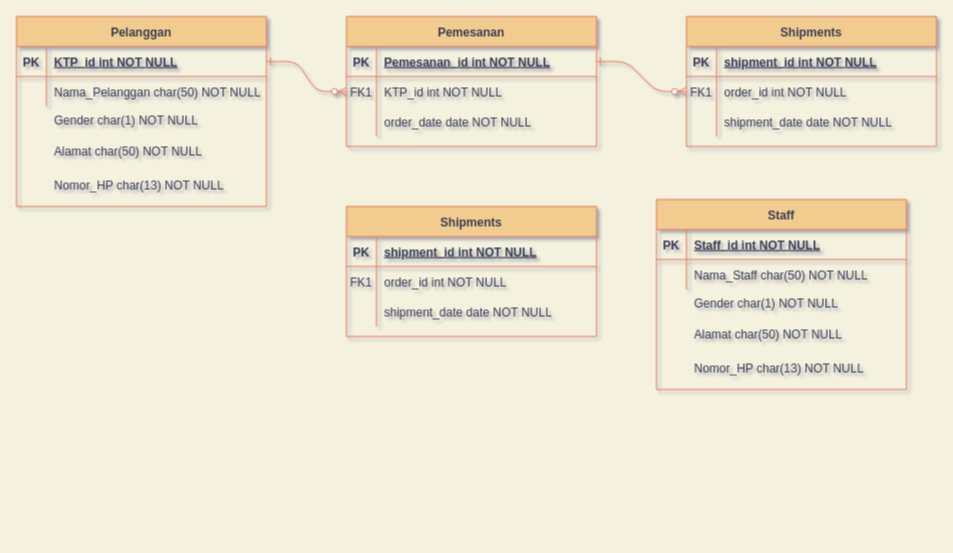
This is Untitled Diagram.drawio from mewwwty/kuliah, a draw.io file, before an edit. Source tidied: cells renumbered, new cells numbered last; positions are measured from the earlier drawing's top-left corner, leaving out a move shared by most shapes. Both pictures are drawn from the tidied source at 100%, with x=0, y=0 at pixel (16, 16).
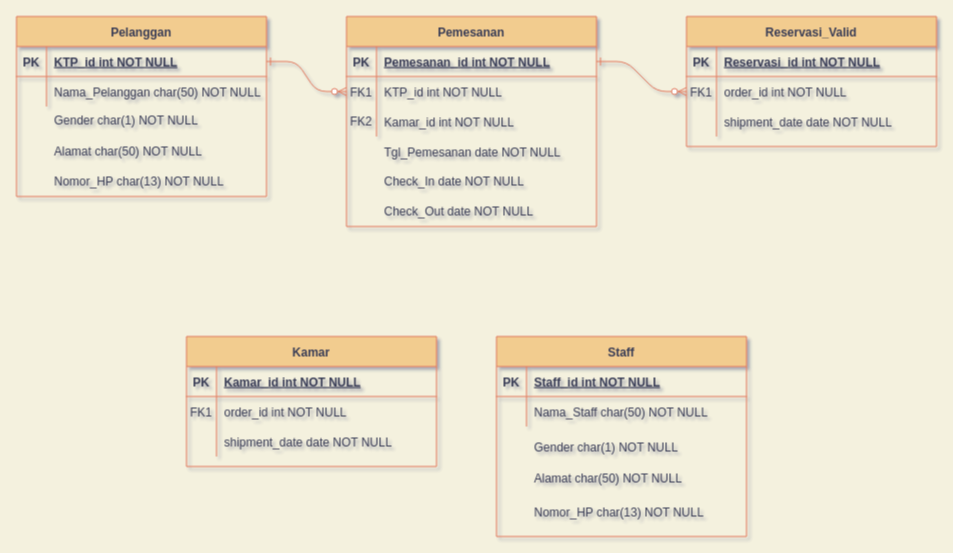
The same diagram, later.

Commit message:
APSI K9 - ERD Reservasi Hotel

Unchanged cells that the change refers to:
```xml
<mxCell id="11" style="shape=partialRectangle;fillColor=none;top=0;left=0;right=0;bottom=0;strokeColor=#E07A5F;fontColor=#393C56;" parent="4" vertex="1">
  <mxGeometry y="90" width="250" height="30" as="geometry" />
</mxCell>
<mxCell id="15" style="shape=partialRectangle;fillColor=none;top=0;left=0;right=0;bottom=1;strokeColor=#E07A5F;fontColor=#393C56;" parent="14" vertex="1">
  <mxGeometry y="30" width="250" height="30" as="geometry" />
</mxCell>
<mxCell id="32" style="shape=partialRectangle;fillColor=none;top=0;left=0;right=0;bottom=1;strokeColor=#E07A5F;fontColor=#393C56;" parent="31" vertex="1">
  <mxGeometry y="30" width="250" height="30" as="geometry" />
</mxCell>
```

What changed in the source:
```diff
@@
     <mxCell id="4" value="Pemesanan" style="shape=table;startSize=30;childLayout=tableLayout;rowLines=0;fontStyle=1;align=center;fillColor=#F2CC8F;strokeColor=#E07A5F;fontColor=#393C56;" parent="1" vertex="1">
-      <mxGeometry x="330" width="250" height="130" as="geometry" />
+      <mxGeometry x="330" width="250" height="210" as="geometry" />
     </mxCell>
@@
-    <mxCell id="13" value="order_date date NOT NULL" style="shape=partialRectangle;overflow=hidden;fillColor=none;top=0;left=0;bottom=0;right=0;align=left;spacingLeft=6;strokeColor=#E07A5F;fontColor=#393C56;" parent="11" vertex="1">
+    <mxCell id="13" value="Kamar_id int NOT NULL" style="shape=partialRectangle;overflow=hidden;fillColor=none;top=0;left=0;bottom=0;right=0;align=left;spacingLeft=6;strokeColor=#E07A5F;fontColor=#393C56;" parent="11" vertex="1">
       <mxGeometry x="30" width="220" height="30" as="geometry" />
     </mxCell>
-    <mxCell id="14" value="Shipments" style="shape=table;startSize=30;childLayout=tableLayout;rowLines=0;fontStyle=1;align=center;fillColor=#F2CC8F;strokeColor=#E07A5F;fontColor=#393C56;" parent="1" vertex="1">
+    <mxCell id="14" value="Reservasi_Valid" style="shape=table;startSize=30;childLayout=tableLayout;rowLines=0;fontStyle=1;align=center;fillColor=#F2CC8F;strokeColor=#E07A5F;fontColor=#393C56;" parent="1" vertex="1">
       <mxGeometry x="670" width="250" height="130" as="geometry" />
     </mxCell>
@@
-    <mxCell id="17" value="shipment_id int NOT NULL " style="shape=partialRectangle;overflow=hidden;fillColor=none;top=0;left=0;bottom=0;right=0;align=left;spacingLeft=6;fontStyle=5;strokeColor=#E07A5F;fontColor=#393C56;" parent="15" vertex="1">
+    <mxCell id="17" value="Reservasi_id int NOT NULL " style="shape=partialRectangle;overflow=hidden;fillColor=none;top=0;left=0;bottom=0;right=0;align=left;spacingLeft=6;fontStyle=5;strokeColor=#E07A5F;fontColor=#393C56;" parent="15" vertex="1">
       <mxGeometry x="30" width="220" height="30" as="geometry" />
     </mxCell>
@@
     <mxCell id="24" value="Pelanggan" style="shape=table;startSize=30;childLayout=tableLayout;rowLines=0;fontStyle=1;align=center;fillColor=#F2CC8F;strokeColor=#E07A5F;fontColor=#393C56;" parent="1" vertex="1">
-      <mxGeometry width="250" height="190" as="geometry" />
+      <mxGeometry width="250" height="180" as="geometry" />
     </mxCell>
@@
-    <mxCell id="31" value="Shipments" style="shape=table;startSize=30;childLayout=tableLayout;rowLines=0;fontStyle=1;align=center;fillColor=#F2CC8F;strokeColor=#E07A5F;fontColor=#393C56;" parent="1" vertex="1">
-      <mxGeometry x="330" y="190" width="250" height="130" as="geometry" />
+    <mxCell id="31" value="Kamar" style="shape=table;startSize=30;childLayout=tableLayout;rowLines=0;fontStyle=1;align=center;fillColor=#F2CC8F;strokeColor=#E07A5F;fontColor=#393C56;" parent="1" vertex="1">
+      <mxGeometry x="170" y="320" width="250" height="130" as="geometry" />
     </mxCell>
@@
-    <mxCell id="34" value="shipment_id int NOT NULL " style="shape=partialRectangle;overflow=hidden;fillColor=none;top=0;left=0;bottom=0;right=0;align=left;spacingLeft=6;fontStyle=5;strokeColor=#E07A5F;fontColor=#393C56;" parent="32" vertex="1">
+    <mxCell id="34" value="Kamar_id int NOT NULL " style="shape=partialRectangle;overflow=hidden;fillColor=none;top=0;left=0;bottom=0;right=0;align=left;spacingLeft=6;fontStyle=5;strokeColor=#E07A5F;fontColor=#393C56;" parent="32" vertex="1">
       <mxGeometry x="30" width="220" height="30" as="geometry" />
     </mxCell>
@@
     <mxCell id="43" value="Nomor_HP char(13) NOT NULL" style="shape=partialRectangle;overflow=hidden;fillColor=none;top=0;left=0;bottom=0;right=0;align=left;spacingLeft=6;strokeColor=#E07A5F;fontColor=#393C56;" parent="1" vertex="1">
-      <mxGeometry x="30" y="153" width="220" height="30" as="geometry" />
+      <mxGeometry x="30" y="149" width="220" height="30" as="geometry" />
     </mxCell>
     <mxCell id="44" value="Staff" style="shape=table;startSize=30;childLayout=tableLayout;rowLines=0;fontStyle=1;align=center;fillColor=#F2CC8F;strokeColor=#E07A5F;fontColor=#393C56;" parent="1" vertex="1">
-      <mxGeometry x="640" y="183" width="250" height="190" as="geometry" />
+      <mxGeometry x="480" y="320" width="250" height="200" as="geometry" />
     </mxCell>
@@
     <mxCell id="51" value="Gender char(1) NOT NULL" style="shape=partialRectangle;overflow=hidden;fillColor=none;top=0;left=0;bottom=0;right=0;align=left;spacingLeft=6;strokeColor=#E07A5F;fontColor=#393C56;" parent="1" vertex="1">
-      <mxGeometry x="670" y="271" width="220" height="30" as="geometry" />
+      <mxGeometry x="510" y="415" width="220" height="30" as="geometry" />
     </mxCell>
     <mxCell id="52" value="Alamat char(50) NOT NULL" style="shape=partialRectangle;overflow=hidden;fillColor=none;top=0;left=0;bottom=0;right=0;align=left;spacingLeft=6;strokeColor=#E07A5F;fontColor=#393C56;" parent="1" vertex="1">
-      <mxGeometry x="670" y="302" width="220" height="30" as="geometry" />
+      <mxGeometry x="510" y="446" width="220" height="30" as="geometry" />
     </mxCell>
     <mxCell id="53" value="Nomor_HP char(13) NOT NULL" style="shape=partialRectangle;overflow=hidden;fillColor=none;top=0;left=0;bottom=0;right=0;align=left;spacingLeft=6;strokeColor=#E07A5F;fontColor=#393C56;" parent="1" vertex="1">
-      <mxGeometry x="670" y="336" width="220" height="30" as="geometry" />
+      <mxGeometry x="510" y="480" width="220" height="30" as="geometry" />
     </mxCell>
+    <mxCell id="54" value="Check_Out date NOT NULL" style="shape=partialRectangle;overflow=hidden;fillColor=none;top=0;left=0;bottom=0;right=0;align=left;spacingLeft=6;strokeColor=#E07A5F;fontColor=#393C56;" parent="1" vertex="1">
+      <mxGeometry x="360" y="179" width="220" height="30" as="geometry" />
+    </mxCell>
+    <mxCell id="55" value="Check_In date NOT NULL" style="shape=partialRectangle;overflow=hidden;fillColor=none;top=0;left=0;bottom=0;right=0;align=left;spacingLeft=6;strokeColor=#E07A5F;fontColor=#393C56;" parent="1" vertex="1">
+      <mxGeometry x="360" y="149" width="220" height="30" as="geometry" />
+    </mxCell>
+    <mxCell id="56" value="FK2" style="shape=partialRectangle;overflow=hidden;fillColor=none;top=0;left=0;bottom=0;right=0;strokeColor=#E07A5F;fontColor=#393C56;" parent="1" vertex="1">
+      <mxGeometry x="330" y="89" width="30" height="30" as="geometry" />
+    </mxCell>
+    <mxCell id="57" value="Tgl_Pemesanan date NOT NULL" style="shape=partialRectangle;overflow=hidden;fillColor=none;top=0;left=0;bottom=0;right=0;align=left;spacingLeft=6;strokeColor=#E07A5F;fontColor=#393C56;" parent="1" vertex="1">
+      <mxGeometry x="360" y="120" width="220" height="30" as="geometry" />
+    </mxCell>
```
